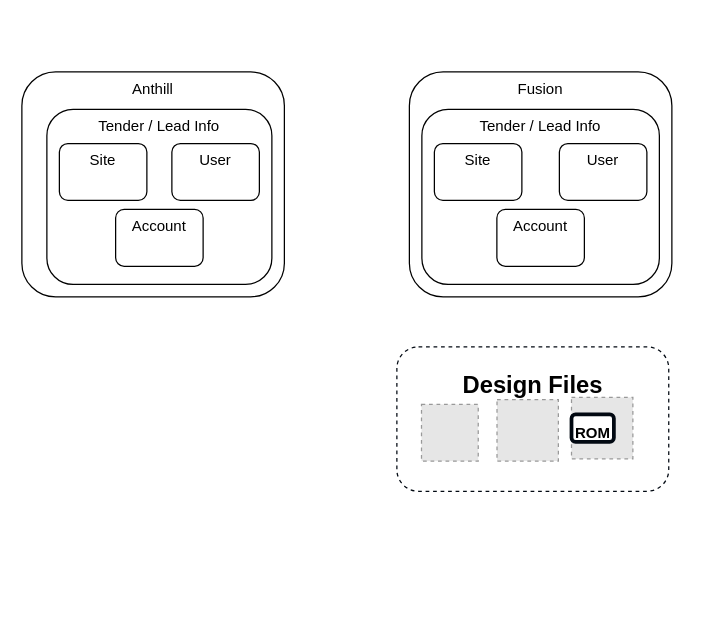
The draw.io diagram page "Page-1" (1 of 2) of Anthill Fusion Data.drawio in mrf742002/Diagrams, before the edit. Source tidied: cells renumbered, new cells numbered last; positions are measured from the earlier drawing's top-left corner, leaving out a move shared by most shapes. Both pictures are drawn from the tidied source at 125%, with x=0, y=0 at pixel (21, 71). Pictures stored in the file or linked from it are replaced by grey dashed boxes.
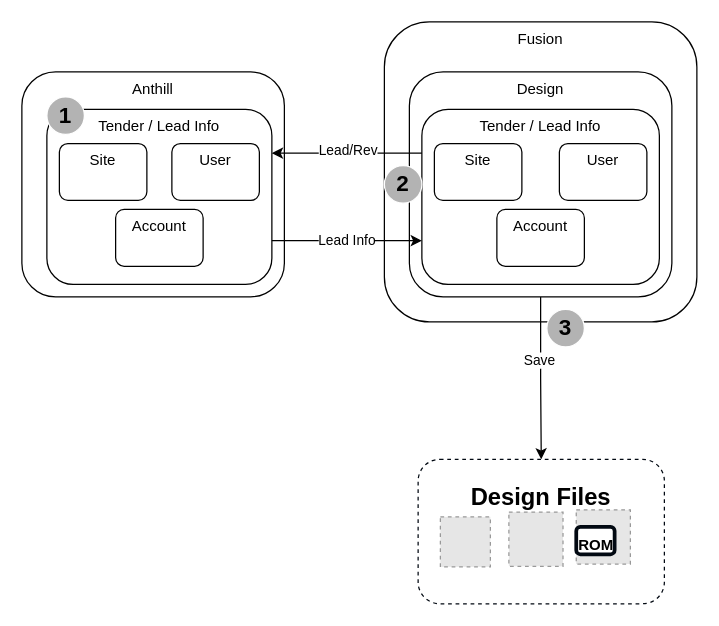
The same diagram, later.

The change refers to these unchanged cells:
```xml
<mxCell id="3" value="Tender / Lead Info" style="rounded=1;whiteSpace=wrap;html=1;verticalAlign=top;" parent="1" vertex="1">
  <mxGeometry x="20" y="30" width="180" height="140" as="geometry" />
</mxCell>
<mxCell id="5" value="Tender / Lead Info" style="rounded=1;whiteSpace=wrap;html=1;verticalAlign=top;" parent="1" vertex="1">
  <mxGeometry x="320" y="30" width="190" height="140" as="geometry" />
</mxCell>
```

Change to the diagram source:
```diff
@@
+    <mxCell id="18" value="Fusion" style="rounded=1;whiteSpace=wrap;html=1;verticalAlign=top;" parent="1" vertex="1">
+      <mxGeometry x="290" y="-40" width="250" height="240" as="geometry" />
+    </mxCell>
@@
+    <mxCell id="19" style="edgeStyle=orthogonalEdgeStyle;rounded=0;jettySize=auto;html=1;exitX=0.5;exitY=1;exitDx=0;exitDy=0;" parent="1" edge="1" source="4" target="7">
+      <mxGeometry relative="1" as="geometry" />
+    </mxCell>
+    <mxCell id="20" value="Save" style="edgeLabel;html=1;align=center;verticalAlign=middle;" parent="19" vertex="1">
+      <mxGeometry x="-0.23" y="-2" relative="1" as="geometry" />
+    </mxCell>
-    <mxCell id="4" value="Fusion" style="rounded=1;whiteSpace=wrap;html=1;verticalAlign=top;" parent="1" vertex="1">
+    <mxCell id="4" value="Design" style="rounded=1;whiteSpace=wrap;html=1;verticalAlign=top;" parent="1" vertex="1">
       <mxGeometry x="310" width="210" height="180" as="geometry" />
     </mxCell>
@@
     <mxCell id="6" style="group;" parent="1" vertex="1">
-      <mxGeometry x="300" y="220" width="217.5" height="115.5" as="geometry" />
+      <mxGeometry x="317" y="310" width="197" height="115.5" as="geometry" />
     </mxCell>
     <mxCell id="7" value="&lt;b&gt;&lt;font style=&quot;font-size: 19px&quot;&gt;Design Files&lt;/font&gt;&lt;/b&gt;" style="rounded=1;whiteSpace=wrap;html=1;verticalAlign=top;strokeWidth=1;strokeColor=#020912;dashed=1;fontSize=32;" parent="6" vertex="1">
-      <mxGeometry width="217.5" height="115.5" as="geometry" />
+      <mxGeometry width="197" height="115.5" as="geometry" />
     </mxCell>
     <mxCell id="8" style="fillColor=#E6E6E6;strokeColor=#999999;dashed=1;html=1;verticalAlign=top;verticalLabelPosition=bottom;labelBackgroundColor=#ffffff;" parent="6" vertex="1">
-      <mxGeometry x="80.1" y="42.2" width="49.1" height="49.1" as="geometry" />
+      <mxGeometry x="72.6" y="42.2" width="43.3" height="43.3" as="geometry" />
     </mxCell>
     <mxCell id="9" style="fillColor=#E6E6E6;strokeColor=#999999;dashed=1;html=1;verticalAlign=top;verticalLabelPosition=bottom;labelBackgroundColor=#ffffff;" parent="6" vertex="1">
-      <mxGeometry x="19.7" y="46" width="45.4" height="45.4" as="geometry" />
+      <mxGeometry x="17.8" y="46" width="40" height="40" as="geometry" />
     </mxCell>
     <mxCell id="10" style="fillColor=#E6E6E6;strokeColor=#999999;dashed=1;html=1;verticalAlign=top;verticalLabelPosition=bottom;labelBackgroundColor=#ffffff;" parent="6" vertex="1">
-      <mxGeometry x="139.7" y="40.4" width="49.1" height="49.1" as="geometry" />
+      <mxGeometry x="126.5" y="40.4" width="43.3" height="43.3" as="geometry" />
     </mxCell>
     <mxCell id="11" value="&lt;b&gt;&lt;font style=&quot;font-size: 12px&quot;&gt;ROM&lt;/font&gt;&lt;/b&gt;" style="rounded=1;whiteSpace=wrap;html=1;verticalAlign=middle;strokeWidth=3;strokeColor=#020912;fontSize=20;direction=south;" parent="6" vertex="1">
-      <mxGeometry x="139.7" y="54" width="33.9" height="21.9" as="geometry" />
+      <mxGeometry x="126.5" y="54" width="30.7" height="21.9" as="geometry" />
     </mxCell>
@@
+    <mxCell id="21" style="endArrow=classic;html=1;entryX=1;entryY=0.25;entryDx=0;entryDy=0;exitX=0;exitY=0.25;exitDx=0;exitDy=0;" parent="1" edge="1" source="5" target="3">
+      <mxGeometry relative="1" as="geometry" />
+    </mxCell>
+    <mxCell id="22" value="Lead/Rev" style="edgeLabel;html=1;align=center;verticalAlign=middle;" parent="21" vertex="1">
+      <mxGeometry x="-0.19" y="-3" relative="1" as="geometry">
+        <mxPoint x="-11" as="offset" />
+      </mxGeometry>
+    </mxCell>
+    <mxCell id="23" value="Lead Info" style="edgeStyle=orthogonalEdgeStyle;rounded=0;jettySize=auto;html=1;exitX=1;exitY=0.75;exitDx=0;exitDy=0;entryX=0;entryY=0.75;entryDx=0;entryDy=0;" parent="1" edge="1" source="3" target="5">
+      <mxGeometry relative="1" as="geometry" />
+    </mxCell>
+    <mxCell id="24" value="&lt;b style=&quot;font-size: 18px&quot;&gt;&lt;font style=&quot;font-size: 18px&quot;&gt;1&lt;/font&gt;&lt;/b&gt;" style="ellipse;whiteSpace=wrap;html=1;strokeColor=#FFFFFF;fillColor=#B3B3B3;fontSize=18;" parent="1" vertex="1">
+      <mxGeometry x="20" y="20" width="30" height="30" as="geometry" />
+    </mxCell>
+    <mxCell id="25" value="&lt;b style=&quot;font-size: 18px&quot;&gt;&lt;font style=&quot;font-size: 18px&quot;&gt;2&lt;/font&gt;&lt;/b&gt;" style="ellipse;whiteSpace=wrap;html=1;strokeColor=#FFFFFF;fillColor=#B3B3B3;fontSize=18;" parent="1" vertex="1">
+      <mxGeometry x="290" y="75" width="30" height="30" as="geometry" />
+    </mxCell>
+    <mxCell id="26" value="&lt;b style=&quot;font-size: 18px&quot;&gt;&lt;font style=&quot;font-size: 18px&quot;&gt;3&lt;/font&gt;&lt;/b&gt;" style="ellipse;whiteSpace=wrap;html=1;strokeColor=#FFFFFF;fillColor=#B3B3B3;fontSize=18;" parent="1" vertex="1">
+      <mxGeometry x="420" y="190" width="30" height="30" as="geometry" />
+    </mxCell>
```
